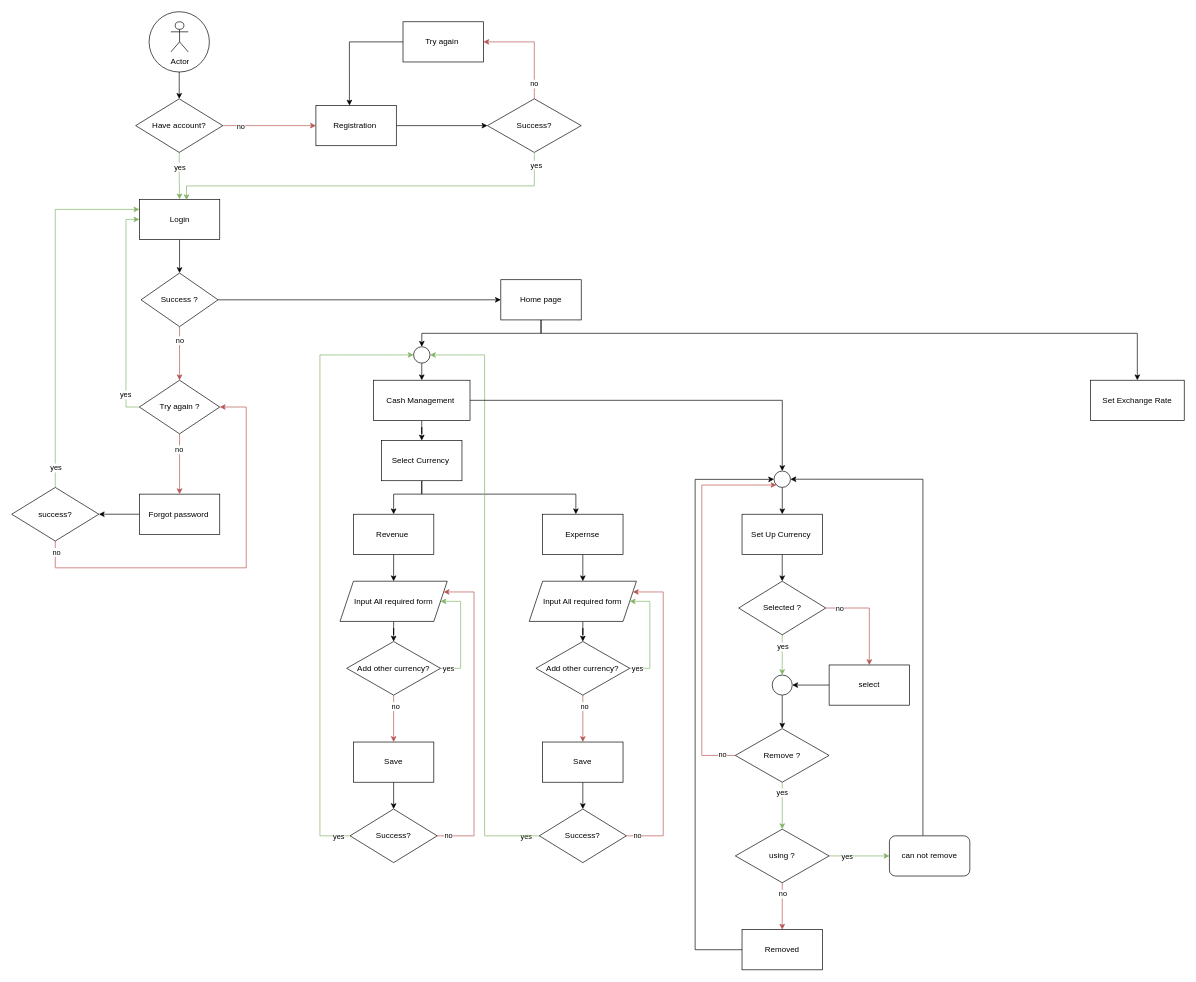
The draw.io diagram Untitled Diagram.drawio in LisoingSem/testing-repos, before the edit. Source tidied: cells renumbered, new cells numbered last; positions are measured from the earlier drawing's top-left corner, leaving out a move shared by most shapes. Both pictures are drawn from the tidied source at 67%, with x=0, y=0 at pixel (11, 11).
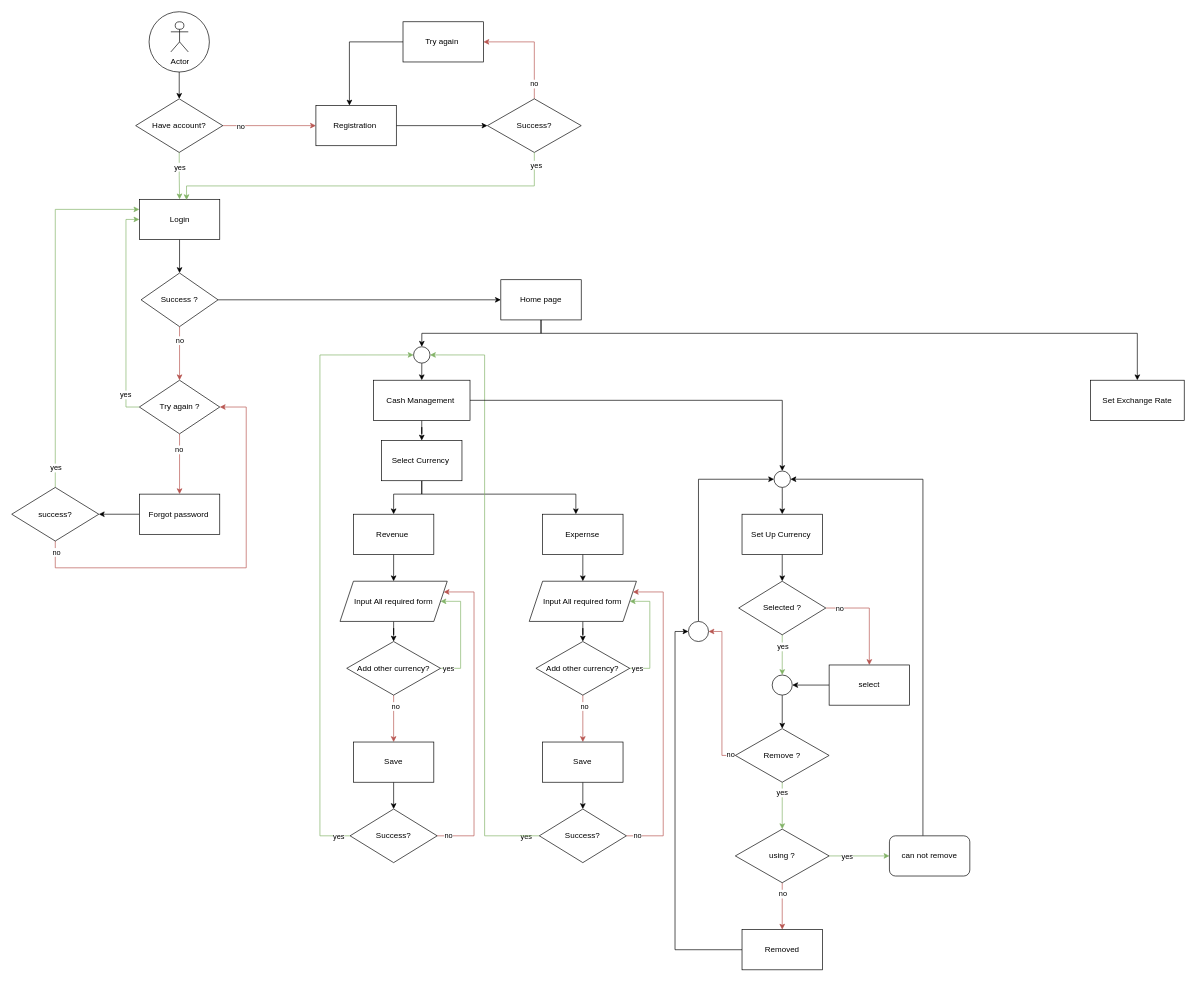
After the change.

Unchanged cells that the change refers to:
```xml
<mxCell id="93" value="Remove ?" style="rhombus;whiteSpace=wrap;html=1;" parent="1" vertex="1">
  <mxGeometry x="1080" y="1070" width="140" height="80" as="geometry" />
</mxCell>
<mxCell id="97" style="ellipse;whiteSpace=wrap;html=1;" parent="1" vertex="1">
  <mxGeometry x="1137.8" y="685.5" width="24.5" height="24.5" as="geometry" />
</mxCell>
<mxCell id="104" value="Removed" style="rounded=0;whiteSpace=wrap;html=1;" parent="1" vertex="1">
  <mxGeometry x="1090" y="1370" width="120" height="60" as="geometry" />
</mxCell>
```

Diff of the diagram source:
```diff
@@
-    <mxCell id="89" style="edgeStyle=orthogonalEdgeStyle;rounded=0;jettySize=auto;html=1;fillColor=#f8cecc;strokeColor=#b85450;entryX=0;entryY=1;entryDx=0;entryDy=0;" parent="1" edge="1" source="93" target="97">
+    <mxCell id="89" style="edgeStyle=orthogonalEdgeStyle;rounded=0;jettySize=auto;html=1;entryX=0;entryY=0.5;entryDx=0;entryDy=0;exitX=0.5;exitY=0;exitDx=0;exitDy=0;" parent="1" edge="1" source="110" target="97">
       <mxGeometry relative="1" as="geometry">
         <Array as="points">
-          <mxPoint x="1030" y="1110" />
-          <mxPoint x="1030" y="706" />
+          <mxPoint x="1025" y="698" />
         </Array>
       </mxGeometry>
     </mxCell>
-    <mxCell id="90" value="no" style="edgeLabel;html=1;align=center;verticalAlign=middle;" parent="89" vertex="1">
-      <mxGeometry x="-0.93" relative="1" as="geometry">
-        <mxPoint y="-2" as="offset" />
-      </mxGeometry>
-    </mxCell>
@@
-    <mxCell id="103" style="edgeStyle=orthogonalEdgeStyle;rounded=0;jettySize=auto;html=1;entryX=0;entryY=0.5;entryDx=0;entryDy=0;" parent="1" edge="1" source="104" target="97">
-      <mxGeometry relative="1" as="geometry">
-        <Array as="points">
-          <mxPoint x="1020" y="1400" />
-          <mxPoint x="1020" y="698" />
-          <mxPoint x="1130" y="698" />
-        </Array>
-      </mxGeometry>
-    </mxCell>
@@
+    <mxCell id="108" style="edgeStyle=orthogonalEdgeStyle;rounded=0;jettySize=auto;html=1;fillColor=#f8cecc;strokeColor=#b85450;entryX=1;entryY=0.5;entryDx=0;entryDy=0;" parent="1" edge="1" source="93" target="110">
+      <mxGeometry relative="1" as="geometry">
+        <Array as="points">
+          <mxPoint x="1060" y="1110" />
+          <mxPoint x="1060" y="925" />
+        </Array>
+      </mxGeometry>
+    </mxCell>
+    <mxCell id="90" value="no" style="edgeLabel;html=1;align=center;verticalAlign=middle;" parent="108" vertex="1">
+      <mxGeometry x="-0.93" relative="1" as="geometry">
+        <mxPoint y="-2" as="offset" />
+      </mxGeometry>
+    </mxCell>
+    <mxCell id="109" style="edgeStyle=orthogonalEdgeStyle;rounded=0;jettySize=auto;html=1;entryX=0;entryY=0.5;entryDx=0;entryDy=0;" parent="1" edge="1" source="104" target="110">
+      <mxGeometry relative="1" as="geometry">
+        <Array as="points">
+          <mxPoint x="990" y="1400" />
+          <mxPoint x="990" y="925" />
+        </Array>
+      </mxGeometry>
+    </mxCell>
+    <mxCell id="110" style="ellipse;whiteSpace=wrap;html=1;" parent="1" vertex="1">
+      <mxGeometry x="1010" y="910" width="30" height="30" as="geometry" />
+    </mxCell>
```
